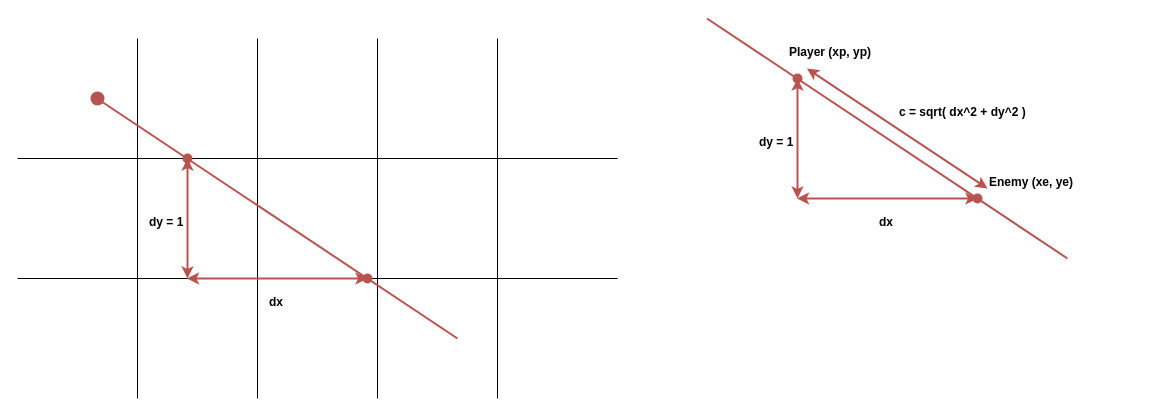
h4sski-programming/2D_top_shooter keeps this draw.io diagram as Untitled Diagram.drawio. Above is the earlier version. Source tidied: cells renumbered, new cells numbered last; positions are measured from the earlier drawing's top-left corner, leaving out a move shared by most shapes. Both pictures are drawn from the tidied source at 100%, with x=0, y=0 at pixel (17, 18).
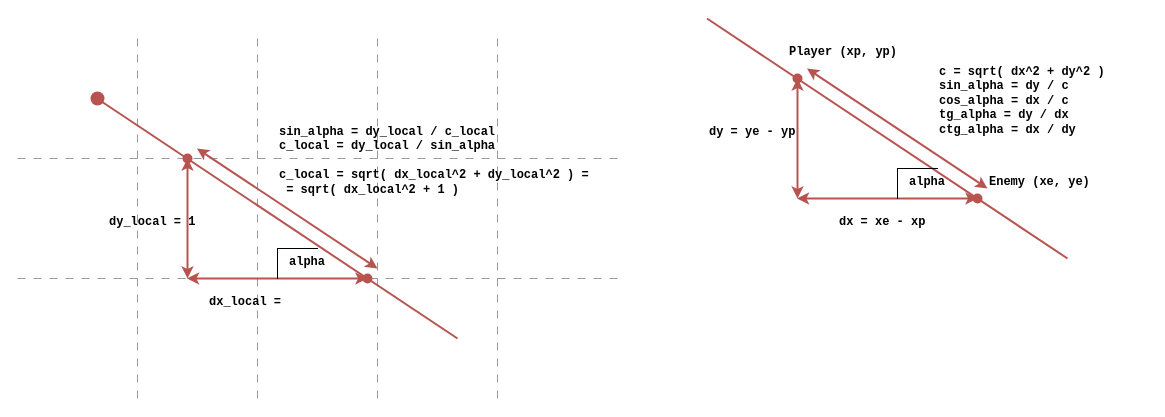
After the change.

The edit, as a diff of the source:
```diff
@@
-    <mxCell id="2" style="endArrow=none;html=1;rounded=0;" parent="1" edge="1">
+    <mxCell id="2" style="endArrow=none;html=1;rounded=0;dashed=1;dashPattern=8 8;strokeColor=#999999;fontFamily=Courier New;" parent="1" edge="1">
       <mxGeometry relative="1" as="geometry">
         <mxPoint x="120" y="380" as="sourcePoint" />
         <mxPoint x="120" y="20" as="targetPoint" />
       </mxGeometry>
     </mxCell>
-    <mxCell id="3" style="endArrow=none;html=1;rounded=0;" parent="1" edge="1">
+    <mxCell id="3" style="endArrow=none;html=1;rounded=0;dashed=1;dashPattern=8 8;strokeColor=#999999;fontFamily=Courier New;" parent="1" edge="1">
       <mxGeometry relative="1" as="geometry">
         <mxPoint x="240" y="380" as="sourcePoint" />
         <mxPoint x="240" y="20" as="targetPoint" />
       </mxGeometry>
     </mxCell>
-    <mxCell id="4" style="endArrow=none;html=1;rounded=0;" parent="1" edge="1">
+    <mxCell id="4" style="endArrow=none;html=1;rounded=0;dashed=1;dashPattern=8 8;strokeColor=#999999;fontFamily=Courier New;" parent="1" edge="1">
       <mxGeometry relative="1" as="geometry">
         <mxPoint x="360" y="380" as="sourcePoint" />
         <mxPoint x="360" y="20" as="targetPoint" />
       </mxGeometry>
     </mxCell>
-    <mxCell id="5" style="endArrow=none;html=1;rounded=0;" parent="1" edge="1">
+    <mxCell id="5" style="endArrow=none;html=1;rounded=0;dashed=1;dashPattern=8 8;strokeColor=#999999;fontFamily=Courier New;" parent="1" edge="1">
       <mxGeometry relative="1" as="geometry">
         <mxPoint x="480" y="380" as="sourcePoint" />
         <mxPoint x="480" y="20" as="targetPoint" />
       </mxGeometry>
     </mxCell>
-    <mxCell id="6" style="endArrow=none;html=1;rounded=0;" parent="1" edge="1">
+    <mxCell id="6" style="endArrow=none;html=1;rounded=0;dashed=1;dashPattern=8 8;strokeColor=#999999;fontFamily=Courier New;" parent="1" edge="1">
       <mxGeometry relative="1" as="geometry">
         <mxPoint x="600" y="140" as="sourcePoint" />
         <mxPoint y="140" as="targetPoint" />
       </mxGeometry>
     </mxCell>
-    <mxCell id="7" style="endArrow=none;html=1;rounded=0;" parent="1" edge="1">
+    <mxCell id="7" style="endArrow=none;html=1;rounded=0;dashed=1;dashPattern=8 8;strokeColor=#999999;fontFamily=Courier New;" parent="1" edge="1">
       <mxGeometry relative="1" as="geometry">
         <mxPoint x="600" y="260" as="sourcePoint" />
         <mxPoint y="260" as="targetPoint" />
       </mxGeometry>
     </mxCell>
-    <mxCell id="8" style="shape=waypoint;sketch=0;fillStyle=solid;size=6;fillColor=#f8cecc;perimeter=centerPerimeter;fontSize=30;strokeWidth=5;strokeColor=#b85450;" parent="1" vertex="1">
+    <mxCell id="8" style="shape=waypoint;sketch=0;fillStyle=solid;size=6;fillColor=#f8cecc;perimeter=centerPerimeter;fontSize=30;strokeWidth=5;strokeColor=#b85450;fontFamily=Courier New;" parent="1" vertex="1">
       <mxGeometry x="70" y="70" width="20" height="20" as="geometry" />
     </mxCell>
-    <mxCell id="9" style="endArrow=none;html=1;rounded=0;fillColor=#f8cecc;strokeColor=#b85450;strokeWidth=2;" parent="1" edge="1">
+    <mxCell id="9" style="endArrow=none;html=1;rounded=0;fillColor=#f8cecc;strokeColor=#b85450;strokeWidth=2;fontFamily=Courier New;" parent="1" edge="1">
       <mxGeometry relative="1" as="geometry">
         <mxPoint x="440" y="320" as="sourcePoint" />
         <mxPoint x="79.5" y="80" as="targetPoint" />
       </mxGeometry>
     </mxCell>
-    <mxCell id="10" style="shape=waypoint;sketch=0;fillStyle=solid;size=6;fillColor=#f8cecc;perimeter=centerPerimeter;fontSize=30;strokeWidth=3;strokeColor=#b85450;" parent="1" vertex="1">
+    <mxCell id="10" style="shape=waypoint;sketch=0;fillStyle=solid;size=6;fillColor=#f8cecc;perimeter=centerPerimeter;fontSize=30;strokeWidth=3;strokeColor=#b85450;fontFamily=Courier New;" parent="1" vertex="1">
       <mxGeometry x="160" y="130" width="20" height="20" as="geometry" />
     </mxCell>
-    <mxCell id="11" style="shape=waypoint;sketch=0;fillStyle=solid;size=6;points=[];fillColor=#f8cecc;perimeter=centerPerimeter;snapToPoint=1;fontSize=30;strokeWidth=3;strokeColor=#b85450;" parent="1" vertex="1">
+    <mxCell id="11" style="shape=waypoint;sketch=0;fillStyle=solid;size=6;points=[];fillColor=#f8cecc;perimeter=centerPerimeter;snapToPoint=1;fontSize=30;strokeWidth=3;strokeColor=#b85450;fontFamily=Courier New;" parent="1" vertex="1">
       <mxGeometry x="340" y="250" width="20" height="20" as="geometry" />
     </mxCell>
-    <mxCell id="12" style="endArrow=classic;startArrow=classic;html=1;rounded=0;fillColor=#f8cecc;strokeColor=#b85450;strokeWidth=2;" parent="1" edge="1">
+    <mxCell id="12" style="endArrow=classic;startArrow=classic;html=1;rounded=0;fillColor=#f8cecc;strokeColor=#b85450;strokeWidth=2;fontFamily=Courier New;" parent="1" edge="1">
       <mxGeometry relative="1" as="geometry">
         <mxPoint x="170" y="260" as="sourcePoint" />
         <mxPoint x="170" y="140" as="targetPoint" />
       </mxGeometry>
     </mxCell>
-    <mxCell id="13" style="endArrow=classic;startArrow=classic;html=1;rounded=0;fillColor=#f8cecc;strokeColor=#b85450;strokeWidth=2;exitX=0.1;exitY=1.1;exitDx=0;exitDy=0;exitPerimeter=0;" parent="1" edge="1" source="11">
+    <mxCell id="13" style="endArrow=classic;startArrow=classic;html=1;rounded=0;fillColor=#f8cecc;strokeColor=#b85450;strokeWidth=2;exitX=0.1;exitY=1.1;exitDx=0;exitDy=0;exitPerimeter=0;fontFamily=Courier New;" parent="1" edge="1" source="11">
       <mxGeometry relative="1" as="geometry">
         <mxPoint x="169.5" y="260" as="targetPoint" />
       </mxGeometry>
     </mxCell>
-    <mxCell id="14" value="dy = 1" style="text;strokeColor=none;fillColor=none;html=1;fontSize=12;fontStyle=1;verticalAlign=top;align=left;" parent="1" vertex="1">
-      <mxGeometry x="130" y="190" width="100" height="40" as="geometry" />
+    <mxCell id="14" value="dy_local = 1" style="text;strokeColor=none;fillColor=none;html=1;fontSize=12;fontStyle=1;verticalAlign=top;align=left;fontFamily=Courier New;" parent="1" vertex="1">
+      <mxGeometry x="90" y="190" width="100" height="40" as="geometry" />
     </mxCell>
-    <mxCell id="15" value="dx" style="text;strokeColor=none;fillColor=none;html=1;fontSize=12;fontStyle=1;verticalAlign=top;align=left;" parent="1" vertex="1">
-      <mxGeometry x="250" y="270" width="100" height="40" as="geometry" />
+    <mxCell id="15" value="&lt;div&gt;dx_local = &lt;br&gt;&lt;/div&gt;" style="text;strokeColor=none;fillColor=none;html=1;fontSize=12;fontStyle=1;verticalAlign=top;align=left;fontFamily=Courier New;" parent="1" vertex="1">
+      <mxGeometry x="190" y="270" width="100" height="40" as="geometry" />
     </mxCell>
-    <mxCell id="16" style="endArrow=none;html=1;rounded=0;fillColor=#f8cecc;strokeColor=#b85450;strokeWidth=2;" parent="1" edge="1">
+    <mxCell id="16" style="endArrow=none;html=1;rounded=0;fillColor=#f8cecc;strokeColor=#b85450;strokeWidth=2;fontFamily=Courier New;" parent="1" edge="1">
       <mxGeometry relative="1" as="geometry">
         <mxPoint x="1050" y="240" as="sourcePoint" />
         <mxPoint x="689.5" as="targetPoint" />
       </mxGeometry>
     </mxCell>
-    <mxCell id="17" style="shape=waypoint;sketch=0;fillStyle=solid;size=6;fillColor=#f8cecc;perimeter=centerPerimeter;fontSize=30;strokeWidth=3;strokeColor=#b85450;" parent="1" vertex="1">
+    <mxCell id="17" style="shape=waypoint;sketch=0;fillStyle=solid;size=6;fillColor=#f8cecc;perimeter=centerPerimeter;fontSize=30;strokeWidth=3;strokeColor=#b85450;fontFamily=Courier New;" parent="1" vertex="1">
       <mxGeometry x="770" y="50" width="20" height="20" as="geometry" />
     </mxCell>
-    <mxCell id="18" style="shape=waypoint;sketch=0;fillStyle=solid;size=6;points=[];fillColor=#f8cecc;perimeter=centerPerimeter;snapToPoint=1;fontSize=30;strokeWidth=3;strokeColor=#b85450;" parent="1" vertex="1">
+    <mxCell id="18" style="shape=waypoint;sketch=0;fillStyle=solid;size=6;points=[];fillColor=#f8cecc;perimeter=centerPerimeter;snapToPoint=1;fontSize=30;strokeWidth=3;strokeColor=#b85450;fontFamily=Courier New;" parent="1" vertex="1">
       <mxGeometry x="950" y="170" width="20" height="20" as="geometry" />
     </mxCell>
-    <mxCell id="19" style="endArrow=classic;startArrow=classic;html=1;rounded=0;fillColor=#f8cecc;strokeColor=#b85450;strokeWidth=2;" parent="1" edge="1">
+    <mxCell id="19" style="endArrow=classic;startArrow=classic;html=1;rounded=0;fillColor=#f8cecc;strokeColor=#b85450;strokeWidth=2;fontFamily=Courier New;" parent="1" edge="1">
       <mxGeometry relative="1" as="geometry">
         <mxPoint x="780" y="180" as="sourcePoint" />
         <mxPoint x="780" y="60" as="targetPoint" />
       </mxGeometry>
     </mxCell>
-    <mxCell id="20" style="endArrow=classic;startArrow=classic;html=1;rounded=0;fillColor=#f8cecc;strokeColor=#b85450;strokeWidth=2;exitX=0.1;exitY=1.1;exitDx=0;exitDy=0;exitPerimeter=0;" parent="1" edge="1" source="18">
+    <mxCell id="20" style="endArrow=classic;startArrow=classic;html=1;rounded=0;fillColor=#f8cecc;strokeColor=#b85450;strokeWidth=2;exitX=0.1;exitY=1.1;exitDx=0;exitDy=0;exitPerimeter=0;fontFamily=Courier New;" parent="1" edge="1" source="18">
       <mxGeometry relative="1" as="geometry">
         <mxPoint x="779.5" y="180" as="targetPoint" />
       </mxGeometry>
     </mxCell>
-    <mxCell id="21" value="dy = 1" style="text;strokeColor=none;fillColor=none;html=1;fontSize=12;fontStyle=1;verticalAlign=top;align=left;" parent="1" vertex="1">
-      <mxGeometry x="740" y="110" width="100" height="40" as="geometry" />
+    <mxCell id="21" value="dy = ye - yp" style="text;strokeColor=none;fillColor=none;html=1;fontSize=12;fontStyle=1;verticalAlign=top;align=left;fontFamily=Courier New;" parent="1" vertex="1">
+      <mxGeometry x="690" y="100" width="100" height="40" as="geometry" />
     </mxCell>
-    <mxCell id="22" value="dx" style="text;strokeColor=none;fillColor=none;html=1;fontSize=12;fontStyle=1;verticalAlign=top;align=left;" parent="1" vertex="1">
-      <mxGeometry x="860" y="190" width="100" height="40" as="geometry" />
+    <mxCell id="22" value="dx = xe - xp" style="text;strokeColor=none;fillColor=none;html=1;fontSize=12;fontStyle=1;verticalAlign=top;align=left;fontFamily=Courier New;" parent="1" vertex="1">
+      <mxGeometry x="820" y="190" width="100" height="40" as="geometry" />
     </mxCell>
-    <mxCell id="23" value="Player (xp, yp)" style="text;strokeColor=none;fillColor=none;html=1;fontSize=12;fontStyle=1;verticalAlign=top;align=left;" parent="1" vertex="1">
+    <mxCell id="23" value="Player (xp, yp)" style="text;strokeColor=none;fillColor=none;html=1;fontSize=12;fontStyle=1;verticalAlign=top;align=left;fontFamily=Courier New;" parent="1" vertex="1">
       <mxGeometry x="770" y="20" width="100" height="40" as="geometry" />
     </mxCell>
-    <mxCell id="24" value="Enemy (xe, ye)" style="text;strokeColor=none;fillColor=none;html=1;fontSize=12;fontStyle=1;verticalAlign=top;align=left;" parent="1" vertex="1">
+    <mxCell id="24" value="Enemy (xe, ye)" style="text;strokeColor=none;fillColor=none;html=1;fontSize=12;fontStyle=1;verticalAlign=top;align=left;fontFamily=Courier New;" parent="1" vertex="1">
       <mxGeometry x="970" y="150" width="100" height="40" as="geometry" />
     </mxCell>
-    <mxCell id="25" style="endArrow=classic;startArrow=classic;html=1;rounded=0;fillColor=#f8cecc;strokeColor=#b85450;strokeWidth=2;" parent="1" edge="1">
+    <mxCell id="25" style="endArrow=classic;startArrow=classic;html=1;rounded=0;fillColor=#f8cecc;strokeColor=#b85450;strokeWidth=2;fontFamily=Courier New;" parent="1" edge="1">
       <mxGeometry relative="1" as="geometry">
         <mxPoint x="970" y="170" as="sourcePoint" />
         <mxPoint x="789.5" y="50" as="targetPoint" />
       </mxGeometry>
     </mxCell>
-    <mxCell id="26" value="c = sqrt( dx^2 + dy^2 )" style="text;strokeColor=none;fillColor=none;html=1;fontSize=12;fontStyle=1;verticalAlign=top;align=left;" parent="1" vertex="1">
-      <mxGeometry x="880" y="80" width="150" height="40" as="geometry" />
+    <mxCell id="26" value="&lt;div&gt;c = sqrt( dx^2 + dy^2 )&lt;/div&gt;&lt;div&gt;sin_alpha = dy / c&lt;/div&gt;&lt;div&gt;cos_alpha = dx / c&lt;/div&gt;&lt;div&gt;tg_alpha = dy / dx&lt;/div&gt;&lt;div&gt;ctg_alpha = dx / dy&lt;br&gt;&lt;/div&gt;" style="text;strokeColor=none;fillColor=none;html=1;fontSize=12;fontStyle=1;verticalAlign=top;align=left;fontFamily=Courier New;" parent="1" vertex="1">
+      <mxGeometry x="920" y="40" width="210" height="90" as="geometry" />
     </mxCell>
+    <mxCell id="27" style="endArrow=classic;startArrow=classic;html=1;rounded=0;fillColor=#f8cecc;strokeColor=#b85450;strokeWidth=2;fontFamily=Courier New;" parent="1" edge="1">
+      <mxGeometry relative="1" as="geometry">
+        <mxPoint x="360" y="250" as="sourcePoint" />
+        <mxPoint x="179.5" y="130" as="targetPoint" />
+      </mxGeometry>
+    </mxCell>
+    <mxCell id="28" value="&lt;div&gt;sin_alpha = dy_local / c_local&lt;/div&gt;&lt;div&gt;c_local = dy_local / sin_alpha&lt;br&gt;&lt;/div&gt;&lt;div&gt;&lt;br&gt;&lt;/div&gt;&lt;div&gt;c_local = sqrt( dx_local^2 + dy_local^2 ) =&lt;/div&gt;&lt;div&gt;&lt;span style=&quot;white-space: pre;&quot;&gt; &lt;/span&gt;= sqrt( dx_local^2 + 1 )&lt;br&gt;&lt;/div&gt;" style="text;strokeColor=none;fillColor=none;html=1;fontSize=12;fontStyle=1;verticalAlign=top;align=left;fontFamily=Courier New;" parent="1" vertex="1">
+      <mxGeometry x="260" y="100" width="250" height="40" as="geometry" />
+    </mxCell>
+    <mxCell id="29" value="&lt;div&gt;alpha&lt;br&gt;&lt;/div&gt;" style="text;strokeColor=none;fillColor=none;html=1;fontSize=12;fontStyle=1;verticalAlign=top;align=left;fontFamily=Courier New;" parent="1" vertex="1">
+      <mxGeometry x="270" y="230" width="100" height="40" as="geometry" />
+    </mxCell>
+    <mxCell id="30" style="shape=partialRectangle;whiteSpace=wrap;html=1;bottom=0;right=0;fillColor=none;" parent="1" vertex="1">
+      <mxGeometry x="260" y="230" width="40" height="30" as="geometry" />
+    </mxCell>
+    <mxCell id="31" value="&lt;div&gt;alpha&lt;br&gt;&lt;/div&gt;" style="text;strokeColor=none;fillColor=none;html=1;fontSize=12;fontStyle=1;verticalAlign=top;align=left;fontFamily=Courier New;" parent="1" vertex="1">
+      <mxGeometry x="890" y="150" width="100" height="40" as="geometry" />
+    </mxCell>
+    <mxCell id="32" style="shape=partialRectangle;whiteSpace=wrap;html=1;bottom=0;right=0;fillColor=none;" parent="1" vertex="1">
+      <mxGeometry x="880" y="150" width="40" height="30" as="geometry" />
+    </mxCell>
```
